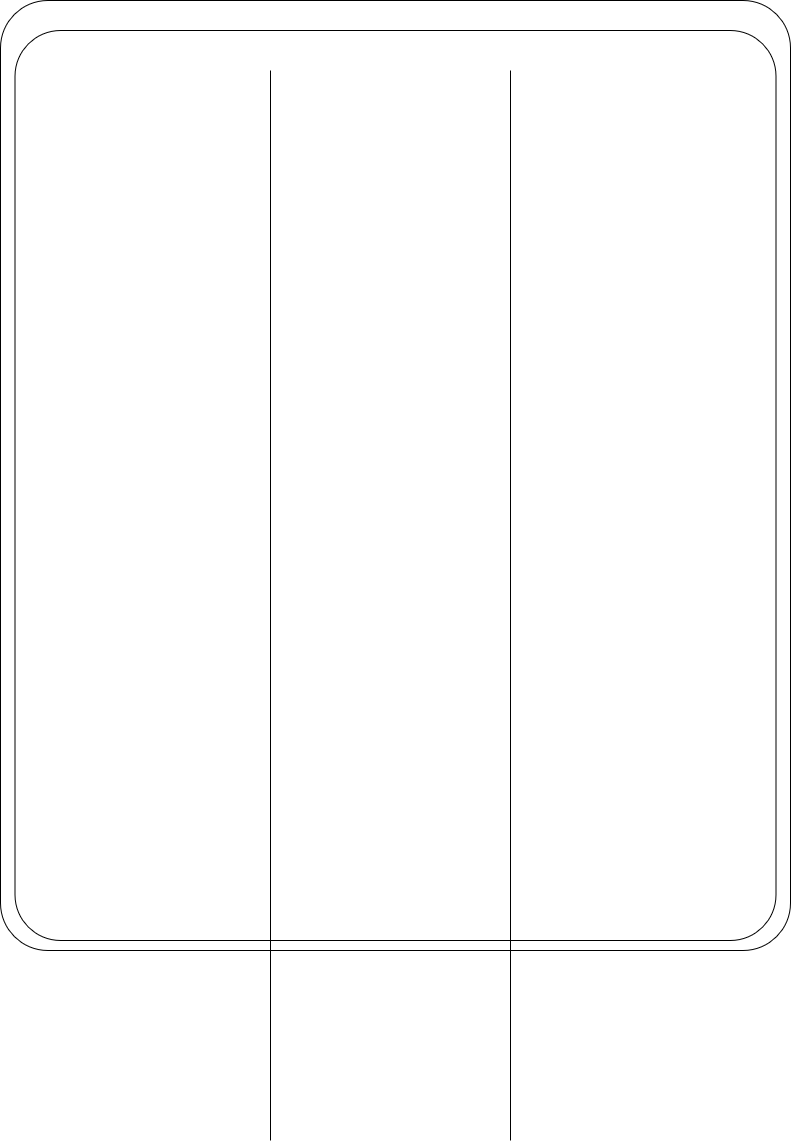
Above: Images/UML activity diagram DAI Open Source.drawio.png in melo222/DAI-Open-Source (draw.io), before the change. Source tidied: cells renumbered, new cells last; positions are measured from the earlier drawing's top-left corner, leaving out a move shared by most shapes.
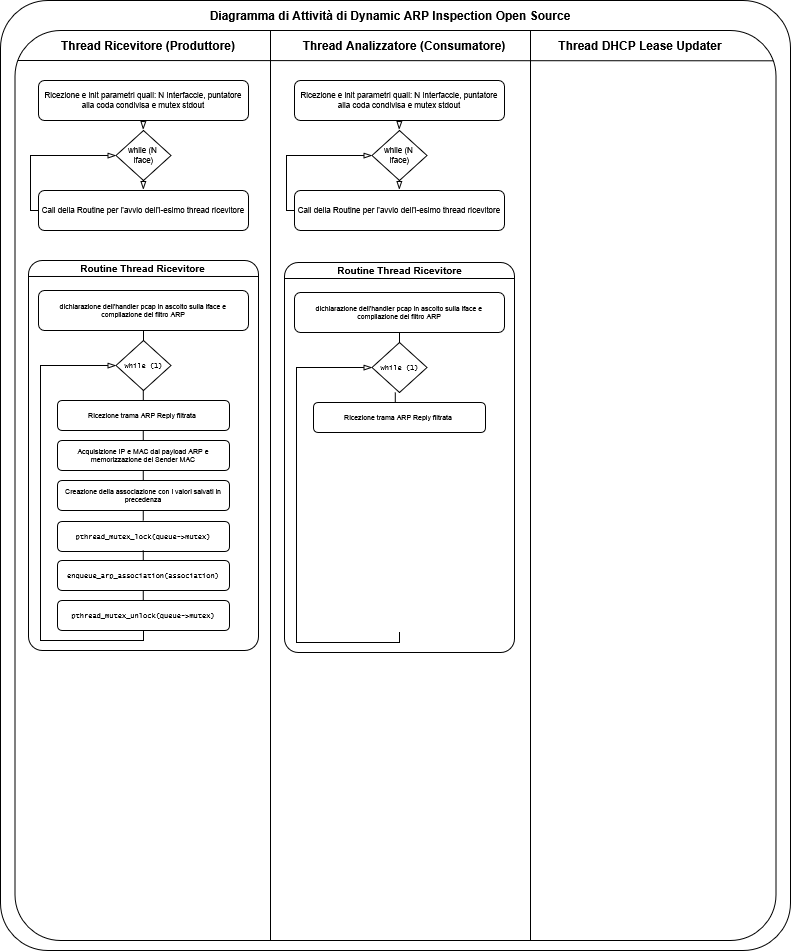
Later version of the same file.

The edit, as a diff of the source:
```diff
@@ -8,17 +8,214 @@
     <mxCell id="3" style="rounded=1;whiteSpace=wrap;html=1;fillColor=none;arcSize=6;" parent="1" vertex="1">
       <mxGeometry width="790" height="950" as="geometry" />
     </mxCell>
+    <mxCell id="6" style="rounded=1;whiteSpace=wrap;html=1;fillColor=none;arcSize=6;" parent="1" vertex="1">
+      <mxGeometry x="28" y="260" width="230" height="390" as="geometry" />
+    </mxCell>
     <mxCell id="4" style="endArrow=none;html=1;rounded=0;" parent="1" edge="1">
       <mxGeometry relative="1" as="geometry">
-        <mxPoint x="510" y="1140" as="sourcePoint" />
-        <mxPoint x="510" y="70" as="targetPoint" />
+        <mxPoint x="530" y="940" as="sourcePoint" />
+        <mxPoint x="530" y="30" as="targetPoint" />
       </mxGeometry>
     </mxCell>
     <mxCell id="5" style="endArrow=none;html=1;rounded=0;" parent="1" edge="1">
       <mxGeometry relative="1" as="geometry">
-        <mxPoint x="270" y="1140" as="sourcePoint" />
-        <mxPoint x="270" y="70" as="targetPoint" />
+        <mxPoint x="270" y="940" as="sourcePoint" />
+        <mxPoint x="270" y="30" as="targetPoint" />
       </mxGeometry>
     </mxCell>
+    <mxCell id="7" style="endArrow=none;html=1;rounded=0;entryX=0.949;entryY=0.074;entryDx=0;entryDy=0;entryPerimeter=0;" parent="1" edge="1">
+      <mxGeometry relative="1" as="geometry">
+        <mxPoint x="17.2" y="60" as="sourcePoint" />
+        <mxPoint x="772.7" y="60.3" as="targetPoint" />
+      </mxGeometry>
+    </mxCell>
+    <mxCell id="8" value="Thread Ricevitore (Produttore)" style="text;html=1;whiteSpace=wrap;strokeColor=none;fillColor=none;align=center;verticalAlign=middle;rounded=0;fontStyle=1;" parent="1" vertex="1">
+      <mxGeometry x="38" y="30" width="220" height="30" as="geometry" />
+    </mxCell>
+    <mxCell id="9" value="Thread Analizzatore (Consumatore)" style="text;html=1;whiteSpace=wrap;strokeColor=none;fillColor=none;align=center;verticalAlign=middle;rounded=0;fontStyle=1;" parent="1" vertex="1">
+      <mxGeometry x="294" y="30" width="220" height="30" as="geometry" />
+    </mxCell>
+    <mxCell id="10" value="Thread DHCP Lease Updater" style="text;html=1;whiteSpace=wrap;strokeColor=none;fillColor=none;align=center;verticalAlign=middle;rounded=0;fontStyle=1;" parent="1" vertex="1">
+      <mxGeometry x="530" y="30" width="220" height="30" as="geometry" />
+    </mxCell>
+    <mxCell id="11" value="Diagramma di Attività di Dynamic ARP Inspection Open Source" style="text;html=1;whiteSpace=wrap;strokeColor=none;fillColor=none;align=center;verticalAlign=middle;rounded=0;fontStyle=1;" parent="1" vertex="1">
+      <mxGeometry x="195" width="390" height="30" as="geometry" />
+    </mxCell>
+    <mxCell id="12" value="Ricezione e init parametri quali: N Interfaccie, puntatore alla coda condivisa e mutex stdout" style="rounded=1;whiteSpace=wrap;html=1;fontSize=8;" parent="1" vertex="1">
+      <mxGeometry x="38" y="80" width="210" height="40" as="geometry" />
+    </mxCell>
+    <mxCell id="13" value="while (N&amp;nbsp;&lt;br&gt;iface)" style="rhombus;whiteSpace=wrap;html=1;fontSize=8;" parent="1" vertex="1">
+      <mxGeometry x="115.5" y="130" width="55" height="50" as="geometry" />
+    </mxCell>
+    <mxCell id="14" value="&lt;div&gt;Call della Routine per l'avvio dell'i-esimo thread ricevitore&lt;/div&gt;" style="rounded=1;whiteSpace=wrap;html=1;fontSize=8;" parent="1" vertex="1">
+      <mxGeometry x="38" y="190" width="210" height="40" as="geometry" />
+    </mxCell>
+    <mxCell id="15" style="endArrow=blockThin;html=1;rounded=0;entryX=0.5;entryY=0;entryDx=0;entryDy=0;exitX=0.501;exitY=1.018;exitDx=0;exitDy=0;exitPerimeter=0;strokeWidth=1;endFill=0;" parent="1" edge="1">
+      <mxGeometry relative="1" as="geometry">
+        <mxPoint x="143" y="120" as="sourcePoint" />
+        <mxPoint x="142.8" y="129.3" as="targetPoint" />
+      </mxGeometry>
+    </mxCell>
+    <mxCell id="16" style="endArrow=blockThin;html=1;rounded=0;entryX=0.5;entryY=0;entryDx=0;entryDy=0;exitX=0.501;exitY=1.018;exitDx=0;exitDy=0;exitPerimeter=0;strokeWidth=1;endFill=0;" parent="1" edge="1">
+      <mxGeometry relative="1" as="geometry">
+        <mxPoint x="142.8" y="180" as="sourcePoint" />
+        <mxPoint x="142.8" y="189" as="targetPoint" />
+      </mxGeometry>
+    </mxCell>
+    <mxCell id="17" style="endArrow=blockThin;html=1;rounded=0;exitX=0;exitY=0.5;exitDx=0;exitDy=0;strokeWidth=1;endFill=0;entryX=0;entryY=0.5;entryDx=0;entryDy=0;" parent="1" edge="1" source="14" target="13">
+      <mxGeometry relative="1" as="geometry">
+        <Array as="points">
+          <mxPoint x="30" y="210" />
+          <mxPoint x="30" y="155" />
+        </Array>
+      </mxGeometry>
+    </mxCell>
+    <mxCell id="18" value="Routine Thread Ricevitore" style="text;html=1;whiteSpace=wrap;strokeColor=none;fillColor=none;align=center;verticalAlign=middle;rounded=0;fontSize=10;fontStyle=1;" parent="1" vertex="1">
+      <mxGeometry x="33.5" y="258" width="219" height="20" as="geometry" />
+    </mxCell>
+    <mxCell id="19" style="endArrow=none;html=1;rounded=0;exitX=0;exitY=0.041;exitDx=0;exitDy=0;entryX=1.002;entryY=0.041;entryDx=0;entryDy=0;exitPerimeter=0;entryPerimeter=0;" parent="1" edge="1" source="6" target="6">
+      <mxGeometry relative="1" as="geometry" />
+    </mxCell>
+    <mxCell id="20" value="dichiarazione dell'handler pcap in ascolto sulla iface e compilazione del filtro ARP" style="rounded=1;whiteSpace=wrap;html=1;fontSize=7;" parent="1" vertex="1">
+      <mxGeometry x="38" y="290" width="210" height="40" as="geometry" />
+    </mxCell>
+    <mxCell id="21" value="&lt;font face=&quot;Lucida Console&quot;&gt;while (1)&lt;/font&gt;" style="rhombus;whiteSpace=wrap;html=1;fontSize=7;" parent="1" vertex="1">
+      <mxGeometry x="115.5" y="340" width="55" height="50" as="geometry" />
+    </mxCell>
+    <mxCell id="22" value="Ricezione trama ARP Reply filtrata&amp;nbsp;" style="rounded=1;whiteSpace=wrap;html=1;fontSize=7;" parent="1" vertex="1">
+      <mxGeometry x="57" y="400" width="172" height="30" as="geometry" />
+    </mxCell>
+    <mxCell id="23" value="Acquisizione IP e MAC dal payload ARP e memorizzazione del Sender MAC" style="rounded=1;whiteSpace=wrap;html=1;fontSize=7;" parent="1" vertex="1">
+      <mxGeometry x="57" y="440" width="172" height="30" as="geometry" />
+    </mxCell>
+    <mxCell id="24" value="Creazione della associazione con i valori salvati in precedenza" style="rounded=1;whiteSpace=wrap;html=1;fontSize=7;" parent="1" vertex="1">
+      <mxGeometry x="57" y="480" width="172" height="30" as="geometry" />
+    </mxCell>
+    <mxCell id="25" value="&lt;font face=&quot;Lucida Console&quot;&gt;pthread_mutex_lock(queue-&amp;gt;mutex)&lt;/font&gt;" style="rounded=1;whiteSpace=wrap;html=1;fontSize=7;" parent="1" vertex="1">
+      <mxGeometry x="57" y="521" width="172" height="30" as="geometry" />
+    </mxCell>
+    <mxCell id="26" value="&lt;font face=&quot;Lucida Console&quot;&gt;pthread_mutex_unlock(queue-&amp;gt;mutex)&lt;/font&gt;" style="rounded=1;whiteSpace=wrap;html=1;fontSize=7;" parent="1" vertex="1">
+      <mxGeometry x="57" y="600" width="172" height="30" as="geometry" />
+    </mxCell>
+    <mxCell id="27" value="&lt;font face=&quot;Lucida Console&quot;&gt;enqueue_arp_association(association)&lt;/font&gt;" style="rounded=1;whiteSpace=wrap;html=1;fontSize=7;" parent="1" vertex="1">
+      <mxGeometry x="57" y="560" width="172" height="30" as="geometry" />
+    </mxCell>
+    <mxCell id="28" style="endArrow=none;html=1;rounded=0;entryX=0.5;entryY=1;entryDx=0;entryDy=0;exitX=0.5;exitY=0;exitDx=0;exitDy=0;" parent="1" edge="1" source="21" target="20">
+      <mxGeometry relative="1" as="geometry" />
+    </mxCell>
+    <mxCell id="29" style="endArrow=none;html=1;rounded=0;entryX=0.5;entryY=1;entryDx=0;entryDy=0;exitX=0.5;exitY=0;exitDx=0;exitDy=0;" parent="1" edge="1">
+      <mxGeometry relative="1" as="geometry">
+        <mxPoint x="142.8" y="400" as="sourcePoint" />
+        <mxPoint x="142.8" y="390" as="targetPoint" />
+      </mxGeometry>
+    </mxCell>
+    <mxCell id="30" style="endArrow=none;html=1;rounded=0;entryX=0.5;entryY=1;entryDx=0;entryDy=0;exitX=0.5;exitY=0;exitDx=0;exitDy=0;" parent="1" edge="1">
+      <mxGeometry relative="1" as="geometry">
+        <mxPoint x="142.8" y="480" as="sourcePoint" />
+        <mxPoint x="142.8" y="470" as="targetPoint" />
+      </mxGeometry>
+    </mxCell>
+    <mxCell id="31" style="endArrow=none;html=1;rounded=0;entryX=0.5;entryY=1;entryDx=0;entryDy=0;exitX=0.5;exitY=0;exitDx=0;exitDy=0;" parent="1" edge="1">
+      <mxGeometry relative="1" as="geometry">
+        <mxPoint x="142.8" y="440" as="sourcePoint" />
+        <mxPoint x="142.8" y="430" as="targetPoint" />
+      </mxGeometry>
+    </mxCell>
+    <mxCell id="32" style="endArrow=none;html=1;rounded=0;entryX=0.5;entryY=1;entryDx=0;entryDy=0;exitX=0.5;exitY=0;exitDx=0;exitDy=0;" parent="1" edge="1">
+      <mxGeometry relative="1" as="geometry">
+        <mxPoint x="142.8" y="600" as="sourcePoint" />
+        <mxPoint x="142.8" y="590" as="targetPoint" />
+      </mxGeometry>
+    </mxCell>
+    <mxCell id="33" style="endArrow=none;html=1;rounded=0;entryX=0.5;entryY=1;entryDx=0;entryDy=0;exitX=0.5;exitY=0;exitDx=0;exitDy=0;" parent="1" edge="1">
+      <mxGeometry relative="1" as="geometry">
+        <mxPoint x="142.8" y="560" as="sourcePoint" />
+        <mxPoint x="142.8" y="550" as="targetPoint" />
+      </mxGeometry>
+    </mxCell>
+    <mxCell id="34" style="endArrow=none;html=1;rounded=0;entryX=0.5;entryY=1;entryDx=0;entryDy=0;exitX=0.5;exitY=0;exitDx=0;exitDy=0;" parent="1" edge="1">
+      <mxGeometry relative="1" as="geometry">
+        <mxPoint x="142.8" y="520" as="sourcePoint" />
+        <mxPoint x="142.8" y="510" as="targetPoint" />
+      </mxGeometry>
+    </mxCell>
+    <mxCell id="35" style="endArrow=blockThin;html=1;rounded=0;exitX=0.5;exitY=1;exitDx=0;exitDy=0;strokeWidth=1;endFill=0;entryX=0;entryY=0.5;entryDx=0;entryDy=0;" parent="1" edge="1" source="26" target="21">
+      <mxGeometry relative="1" as="geometry">
+        <Array as="points">
+          <mxPoint x="143" y="640" />
+          <mxPoint x="40" y="640" />
+          <mxPoint x="40" y="365" />
+        </Array>
+      </mxGeometry>
+    </mxCell>
+    <mxCell id="36" style="rounded=1;whiteSpace=wrap;html=1;fillColor=none;arcSize=6;" parent="1" vertex="1">
+      <mxGeometry x="284" y="262" width="230" height="390" as="geometry" />
+    </mxCell>
+    <mxCell id="37" value="Routine Thread Ricevitore" style="text;html=1;whiteSpace=wrap;strokeColor=none;fillColor=none;align=center;verticalAlign=middle;rounded=0;fontSize=10;fontStyle=1;" parent="1" vertex="1">
+      <mxGeometry x="289.5" y="260" width="219" height="20" as="geometry" />
+    </mxCell>
+    <mxCell id="38" value="dichiarazione dell'handler pcap in ascolto sulla iface e compilazione del filtro ARP" style="rounded=1;whiteSpace=wrap;html=1;fontSize=7;" parent="1" vertex="1">
+      <mxGeometry x="294" y="292" width="210" height="40" as="geometry" />
+    </mxCell>
+    <mxCell id="39" value="&lt;font face=&quot;Lucida Console&quot;&gt;while (1)&lt;/font&gt;" style="rhombus;whiteSpace=wrap;html=1;fontSize=7;" parent="1" vertex="1">
+      <mxGeometry x="371.5" y="342" width="55" height="50" as="geometry" />
+    </mxCell>
+    <mxCell id="40" value="Ricezione trama ARP Reply filtrata&amp;nbsp;" style="rounded=1;whiteSpace=wrap;html=1;fontSize=7;" parent="1" vertex="1">
+      <mxGeometry x="313" y="402" width="172" height="30" as="geometry" />
+    </mxCell>
+    <mxCell id="41" style="endArrow=none;html=1;rounded=0;entryX=0.5;entryY=1;entryDx=0;entryDy=0;exitX=0.5;exitY=0;exitDx=0;exitDy=0;" parent="1" edge="1" source="39" target="38">
+      <mxGeometry relative="1" as="geometry" />
+    </mxCell>
+    <mxCell id="42" style="endArrow=none;html=1;rounded=0;entryX=0.5;entryY=1;entryDx=0;entryDy=0;exitX=0.5;exitY=0;exitDx=0;exitDy=0;" parent="1" edge="1">
+      <mxGeometry relative="1" as="geometry">
+        <mxPoint x="394.8" y="402" as="sourcePoint" />
+        <mxPoint x="394.8" y="392" as="targetPoint" />
+      </mxGeometry>
+    </mxCell>
+    <mxCell id="43" style="endArrow=blockThin;html=1;rounded=0;exitX=0.5;exitY=1;exitDx=0;exitDy=0;strokeWidth=1;endFill=0;entryX=0;entryY=0.5;entryDx=0;entryDy=0;" parent="1" edge="1" target="39">
+      <mxGeometry relative="1" as="geometry">
+        <mxPoint x="399" y="632" as="sourcePoint" />
+        <Array as="points">
+          <mxPoint x="399" y="642" />
+          <mxPoint x="296" y="642" />
+          <mxPoint x="296" y="367" />
+        </Array>
+      </mxGeometry>
+    </mxCell>
+    <mxCell id="44" style="endArrow=none;html=1;rounded=0;exitX=0;exitY=0.041;exitDx=0;exitDy=0;entryX=1.002;entryY=0.041;entryDx=0;entryDy=0;exitPerimeter=0;entryPerimeter=0;" parent="1" edge="1">
+      <mxGeometry relative="1" as="geometry">
+        <mxPoint x="284" y="278" as="sourcePoint" />
+        <mxPoint x="514" y="278" as="targetPoint" />
+      </mxGeometry>
+    </mxCell>
+    <mxCell id="45" value="Ricezione e init parametri quali: N Interfaccie, puntatore alla coda condivisa e mutex stdout" style="rounded=1;whiteSpace=wrap;html=1;fontSize=8;" parent="1" vertex="1">
+      <mxGeometry x="294" y="80" width="210" height="40" as="geometry" />
+    </mxCell>
+    <mxCell id="46" value="while (N&amp;nbsp;&lt;br&gt;iface)" style="rhombus;whiteSpace=wrap;html=1;fontSize=8;" parent="1" vertex="1">
+      <mxGeometry x="371.5" y="130" width="55" height="50" as="geometry" />
+    </mxCell>
+    <mxCell id="47" value="&lt;div&gt;Call della Routine per l'avvio dell'i-esimo thread ricevitore&lt;/div&gt;" style="rounded=1;whiteSpace=wrap;html=1;fontSize=8;" parent="1" vertex="1">
+      <mxGeometry x="294" y="190" width="210" height="40" as="geometry" />
+    </mxCell>
+    <mxCell id="48" style="endArrow=blockThin;html=1;rounded=0;entryX=0.5;entryY=0;entryDx=0;entryDy=0;exitX=0.501;exitY=1.018;exitDx=0;exitDy=0;exitPerimeter=0;strokeWidth=1;endFill=0;" parent="1" edge="1">
+      <mxGeometry relative="1" as="geometry">
+        <mxPoint x="399" y="120" as="sourcePoint" />
+        <mxPoint x="398.8" y="129.3" as="targetPoint" />
+      </mxGeometry>
+    </mxCell>
+    <mxCell id="49" style="endArrow=blockThin;html=1;rounded=0;entryX=0.5;entryY=0;entryDx=0;entryDy=0;exitX=0.501;exitY=1.018;exitDx=0;exitDy=0;exitPerimeter=0;strokeWidth=1;endFill=0;" parent="1" edge="1">
+      <mxGeometry relative="1" as="geometry">
+        <mxPoint x="398.8" y="180" as="sourcePoint" />
+        <mxPoint x="398.8" y="189" as="targetPoint" />
+      </mxGeometry>
+    </mxCell>
+    <mxCell id="50" style="endArrow=blockThin;html=1;rounded=0;exitX=0;exitY=0.5;exitDx=0;exitDy=0;strokeWidth=1;endFill=0;entryX=0;entryY=0.5;entryDx=0;entryDy=0;" parent="1" edge="1" source="47" target="46">
+      <mxGeometry relative="1" as="geometry">
+        <Array as="points">
+          <mxPoint x="286" y="210" />
+          <mxPoint x="286" y="155" />
+        </Array>
+      </mxGeometry>
+    </mxCell>
   </root>
 </mxGraphModel>
```
